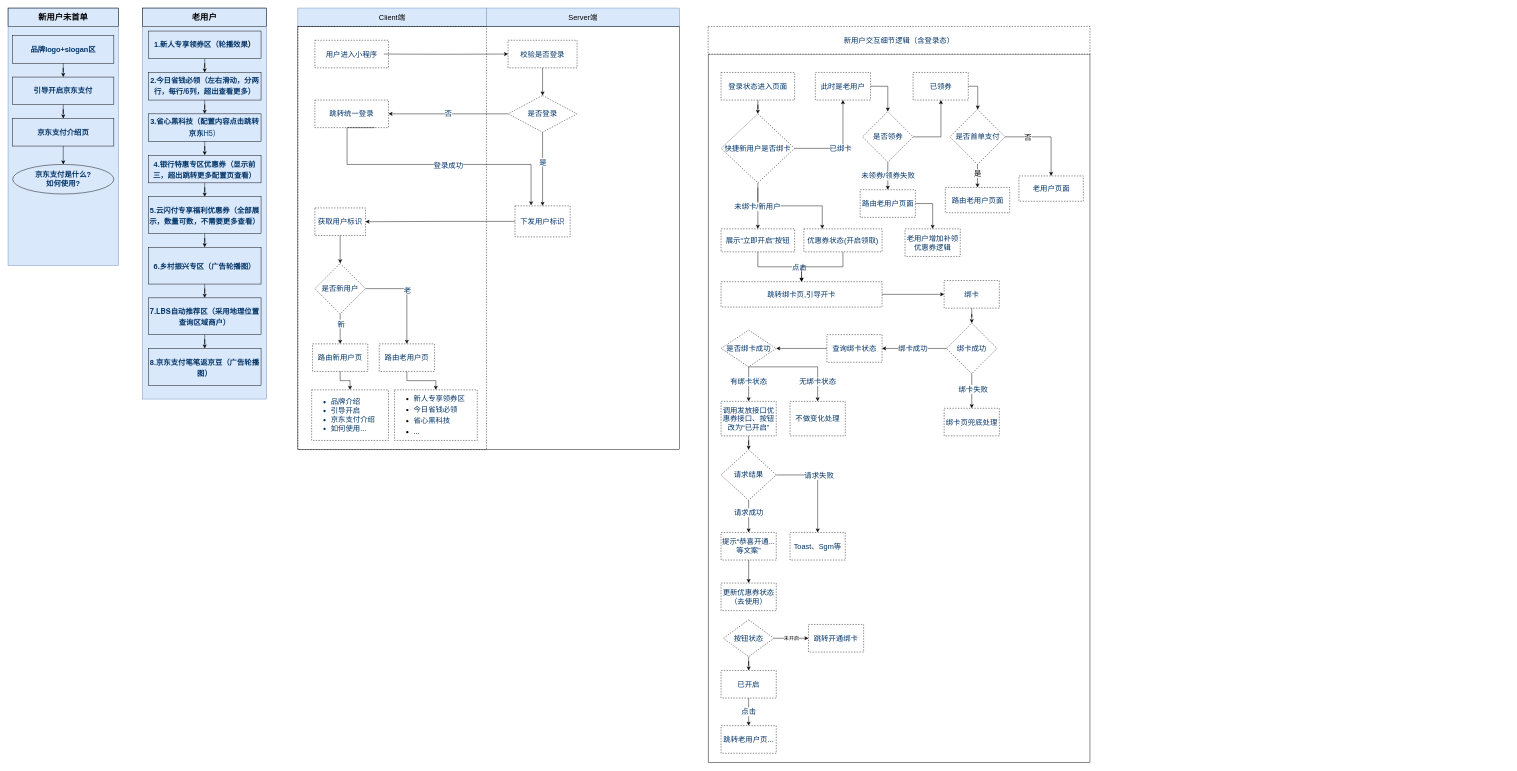
Before: 整体架构图.drawio in joh126/v_project, a draw.io diagram. Source tidied: cells renumbered, new cells numbered last; positions are measured from the earlier drawing's top-left corner, leaving out a move shared by most shapes. Both pictures are drawn from the tidied source at 46%, with x=0, y=0 at pixel (8, 8).
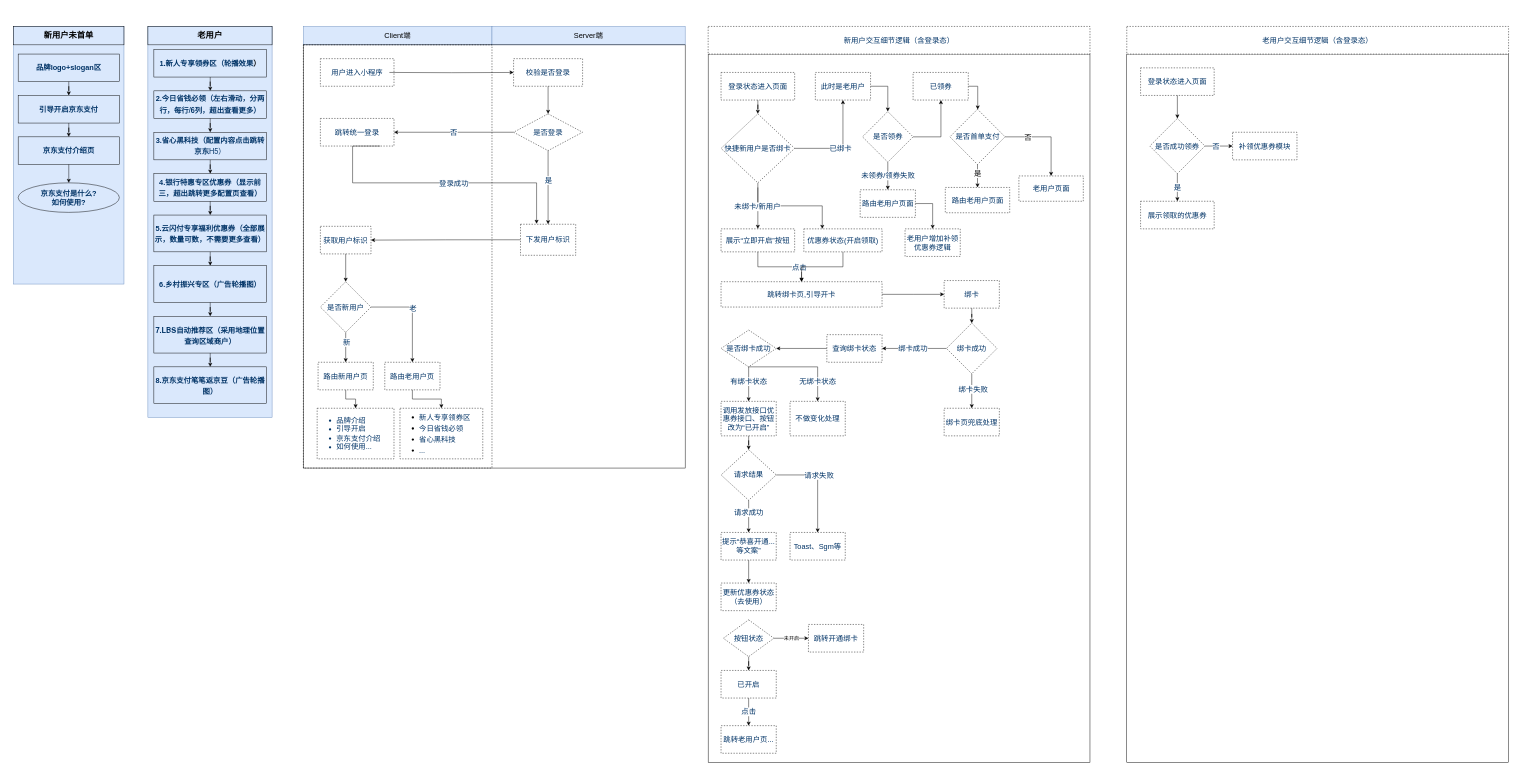
After the change.

Commit message (it also covers changes not shown here):
Update 整体架构图.drawio

The edit, as a diff of the source:
```diff
@@
     <mxCell id="2" style="group;" parent="1" vertex="1">
-      <mxGeometry width="240" height="560" as="geometry" />
+      <mxGeometry x="12" y="40" width="240" height="560" as="geometry" />
     </mxCell>
@@
     <mxCell id="12" style="rounded=0;whiteSpace=wrap;html=1;sketch=0;fillColor=#dae8fc;strokeColor=#6c8ebf;" parent="1" vertex="1">
-      <mxGeometry x="292" width="270" height="850" as="geometry" />
+      <mxGeometry x="304" y="40" width="270" height="850" as="geometry" />
     </mxCell>
     <mxCell id="13" value="&lt;font size=&quot;1&quot;&gt;&lt;b style=&quot;font-size: 18px&quot;&gt;老用户&lt;/b&gt;&lt;/font&gt;" style="rounded=0;whiteSpace=wrap;html=1;sketch=0;fillColor=none;" parent="1" vertex="1">
-      <mxGeometry x="292" width="270" height="40" as="geometry" />
+      <mxGeometry x="304" y="40" width="270" height="40" as="geometry" />
     </mxCell>
@@
     <mxCell id="15" value="&lt;h3 id=&quot;id-京东支付小程序一期-页面分为”品牌logo＋slogan“区域、”引导开启按钮“区域、京东支付介绍及京东支付使用介绍区域&quot; style=&quot;margin: 0px ; padding: 0px ; font-size: 16px ; line-height: 1.5 ; letter-spacing: -0.006em&quot;&gt;&lt;font color=&quot;#003366&quot;&gt;1.新人专享领券区（轮播效果&lt;/font&gt;）&lt;/h3&gt;" style="rounded=0;whiteSpace=wrap;html=1;sketch=0;fillColor=none;align=center;" parent="1" vertex="1">
-      <mxGeometry x="305" y="50" width="245" height="60" as="geometry" />
+      <mxGeometry x="317" y="90" width="245" height="60" as="geometry" />
     </mxCell>
@@
     <mxCell id="17" value="&lt;h3 id=&quot;id-京东支付小程序一期-页面分为”品牌logo＋slogan“区域、”引导开启按钮“区域、京东支付介绍及京东支付使用介绍区域&quot; style=&quot;margin: 0px ; padding: 0px ; font-size: 16px ; line-height: 1.5 ; letter-spacing: -0.006em&quot;&gt;&lt;font color=&quot;#003366&quot; style=&quot;font-size: 16px&quot;&gt;2.今日省钱必领（左右滑动，分两行，每行&lt;span class=&quot;s1&quot; style=&quot;font-stretch: normal ; line-height: normal ; font-family: &amp;#34;helvetica neue&amp;#34;&quot;&gt;/6&lt;/span&gt;&lt;span style=&quot;font-family: &amp;#34;pingfang sc&amp;#34;&quot;&gt;列，超出查看更多）&lt;/span&gt;&lt;/font&gt;&lt;/h3&gt;" style="rounded=0;whiteSpace=wrap;html=1;sketch=0;fillColor=none;align=center;" parent="1" vertex="1">
-      <mxGeometry x="305" y="140" width="245" height="60" as="geometry" />
+      <mxGeometry x="317" y="180" width="245" height="60" as="geometry" />
     </mxCell>
@@
     <mxCell id="19" value="&lt;h3 id=&quot;id-京东支付小程序一期-页面分为”品牌logo＋slogan“区域、”引导开启按钮“区域、京东支付介绍及京东支付使用介绍区域&quot; style=&quot;margin: 0px ; padding: 0px ; font-size: 16px ; line-height: 1.5 ; letter-spacing: -0.006em&quot;&gt;&lt;font color=&quot;#003366&quot; style=&quot;font-size: 16px&quot;&gt;&lt;font style=&quot;font-size: 16px&quot;&gt;3.省心黑科技&lt;/font&gt;（配置内容点击跳转京东&lt;span class=&quot;s1&quot; style=&quot;font-weight: normal ; font-stretch: normal ; line-height: normal ; font-family: &amp;#34;helvetica neue&amp;#34;&quot;&gt;H5&lt;/span&gt;&lt;span style=&quot;font-family: &amp;#34;pingfang sc&amp;#34; ; font-weight: normal&quot;&gt;）&lt;/span&gt;&lt;/font&gt;&lt;/h3&gt;" style="rounded=0;whiteSpace=wrap;html=1;sketch=0;fillColor=none;align=center;" parent="1" vertex="1">
-      <mxGeometry x="305" y="230" width="245" height="60" as="geometry" />
+      <mxGeometry x="317" y="270" width="245" height="60" as="geometry" />
     </mxCell>
@@
     <mxCell id="21" value="&lt;h3 id=&quot;id-京东支付小程序一期-页面分为”品牌logo＋slogan“区域、”引导开启按钮“区域、京东支付介绍及京东支付使用介绍区域&quot; style=&quot;margin: 0px ; padding: 0px ; line-height: 1.5 ; letter-spacing: -0.006em&quot;&gt;&lt;p class=&quot;p1&quot; style=&quot;margin: 0px ; font-stretch: normal ; line-height: normal ; font-family: &amp;#34;pingfang sc&amp;#34; ; letter-spacing: normal&quot;&gt;&lt;font style=&quot;font-size: 16px&quot; color=&quot;#003366&quot;&gt;4.银行特惠专区优惠券（显示前三，超出跳转更多配置页查看）&lt;/font&gt;&lt;/p&gt;&lt;/h3&gt;" style="rounded=0;whiteSpace=wrap;html=1;sketch=0;fillColor=none;align=center;" parent="1" vertex="1">
-      <mxGeometry x="305" y="320" width="245" height="60" as="geometry" />
+      <mxGeometry x="317" y="360" width="245" height="60" as="geometry" />
     </mxCell>
@@
     <mxCell id="23" value="&lt;h3 id=&quot;id-京东支付小程序一期-页面分为”品牌logo＋slogan“区域、”引导开启按钮“区域、京东支付介绍及京东支付使用介绍区域&quot; style=&quot;margin: 0px ; padding: 0px ; line-height: 1.5 ; letter-spacing: -0.006em&quot;&gt;&lt;p class=&quot;p1&quot; style=&quot;margin: 0px ; font-stretch: normal ; line-height: normal ; font-family: &amp;#34;pingfang sc&amp;#34; ; letter-spacing: normal&quot;&gt;&lt;font style=&quot;font-size: 16px&quot; color=&quot;#003366&quot;&gt;5.云闪付专享福利优惠券（全部展示，数量可数，不需要更多查看）&lt;/font&gt;&lt;/p&gt;&lt;/h3&gt;" style="rounded=0;whiteSpace=wrap;html=1;sketch=0;fillColor=none;align=center;" parent="1" vertex="1">
-      <mxGeometry x="305" y="410" width="245" height="80" as="geometry" />
+      <mxGeometry x="317" y="450" width="245" height="80" as="geometry" />
     </mxCell>
@@
     <mxCell id="25" value="&lt;h3 id=&quot;id-京东支付小程序一期-页面分为”品牌logo＋slogan“区域、”引导开启按钮“区域、京东支付介绍及京东支付使用介绍区域&quot; style=&quot;margin: 0px ; padding: 0px ; line-height: 1.5 ; letter-spacing: -0.006em&quot;&gt;&lt;p class=&quot;p1&quot; style=&quot;margin: 0px ; font-stretch: normal ; line-height: normal ; font-family: &amp;#34;pingfang sc&amp;#34; ; letter-spacing: normal&quot;&gt;&lt;font style=&quot;font-size: 16px&quot; color=&quot;#003366&quot;&gt;6.乡村振兴专区（广告轮播图）&lt;/font&gt;&lt;/p&gt;&lt;/h3&gt;" style="rounded=0;whiteSpace=wrap;html=1;sketch=0;fillColor=none;align=center;" parent="1" vertex="1">
-      <mxGeometry x="305" y="520" width="245" height="80" as="geometry" />
+      <mxGeometry x="317" y="560" width="245" height="80" as="geometry" />
     </mxCell>
@@
     <mxCell id="27" value="&lt;h3 id=&quot;id-京东支付小程序一期-页面分为”品牌logo＋slogan“区域、”引导开启按钮“区域、京东支付介绍及京东支付使用介绍区域&quot; style=&quot;margin: 0px ; padding: 0px ; line-height: 1.5 ; letter-spacing: -0.006em ; font-size: 14px&quot;&gt;&lt;p class=&quot;p1&quot; style=&quot;margin: 0px ; font-stretch: normal ; line-height: normal ; font-family: &amp;#34;pingfang sc&amp;#34; ; letter-spacing: normal ; font-size: 16px&quot;&gt;&lt;font color=&quot;#003366&quot; style=&quot;font-size: 16px&quot;&gt;&lt;span class=&quot;s1&quot; style=&quot;font-stretch: normal ; line-height: normal ; font-family: &amp;#34;helvetica neue&amp;#34;&quot;&gt;7.LBS&lt;/span&gt;自动推荐区（采用地理位置查询区域商户）&lt;/font&gt;&lt;/p&gt;&lt;/h3&gt;" style="rounded=0;whiteSpace=wrap;html=1;sketch=0;fillColor=none;align=center;" parent="1" vertex="1">
-      <mxGeometry x="305" y="630" width="245" height="80" as="geometry" />
+      <mxGeometry x="317" y="670" width="245" height="80" as="geometry" />
     </mxCell>
     <mxCell id="28" value="&lt;h3 id=&quot;id-京东支付小程序一期-页面分为”品牌logo＋slogan“区域、”引导开启按钮“区域、京东支付介绍及京东支付使用介绍区域&quot; style=&quot;margin: 0px ; padding: 0px ; line-height: 1.5 ; letter-spacing: -0.006em&quot;&gt;&lt;p class=&quot;p1&quot; style=&quot;margin: 0px ; font-stretch: normal ; line-height: normal ; font-family: &amp;#34;pingfang sc&amp;#34; ; letter-spacing: normal&quot;&gt;&lt;font style=&quot;font-size: 16px&quot; color=&quot;#003366&quot;&gt;8.京东支付笔笔返京豆（广告轮播图）&lt;/font&gt;&lt;/p&gt;&lt;/h3&gt;" style="rounded=0;whiteSpace=wrap;html=1;sketch=0;fillColor=none;align=center;" parent="1" vertex="1">
-      <mxGeometry x="305" y="740" width="245" height="80" as="geometry" />
+      <mxGeometry x="317" y="780" width="245" height="80" as="geometry" />
     </mxCell>
     <mxCell id="29" value="Client端" style="rounded=0;whiteSpace=wrap;html=1;sketch=0;fontFamily=Helvetica;fontSize=16;strokeColor=#6c8ebf;fillColor=#dae8fc;" parent="1" vertex="1">
-      <mxGeometry x="630" width="410" height="40" as="geometry" />
+      <mxGeometry x="642" y="40" width="410" height="40" as="geometry" />
     </mxCell>
     <mxCell id="30" value="Server端" style="rounded=0;whiteSpace=wrap;html=1;sketch=0;fontFamily=Helvetica;fontSize=16;strokeColor=#6c8ebf;fillColor=#dae8fc;" parent="1" vertex="1">
-      <mxGeometry x="1040" width="420" height="40" as="geometry" />
+      <mxGeometry x="1052" y="40" width="420" height="40" as="geometry" />
     </mxCell>
     <mxCell id="31" style="rounded=0;whiteSpace=wrap;html=1;sketch=0;fontFamily=Helvetica;fontSize=16;fontColor=#003366;strokeColor=default;fillColor=none;" parent="1" vertex="1">
-      <mxGeometry x="630" y="40" width="830" height="920" as="geometry" />
+      <mxGeometry x="642" y="80" width="830" height="920" as="geometry" />
     </mxCell>
     <mxCell id="32" style="rounded=0;whiteSpace=wrap;html=1;sketch=0;fontFamily=Helvetica;fontSize=16;fontColor=#003366;strokeColor=default;fillColor=none;dashed=1;" parent="1" vertex="1">
-      <mxGeometry x="630" y="40" width="410" height="920" as="geometry" />
+      <mxGeometry x="642" y="80" width="410" height="920" as="geometry" />
     </mxCell>
     <mxCell id="33" value="获取用户标识" style="whiteSpace=wrap;html=1;fontSize=16;fillColor=none;fontColor=#003366;rounded=0;dashed=1;sketch=0;" parent="1" vertex="1">
-      <mxGeometry x="667" y="434.5" width="110" height="60" as="geometry" />
+      <mxGeometry x="679" y="474.5" width="110" height="60" as="geometry" />
     </mxCell>
@@
     <mxCell id="35" value="用户进入小程序" style="rounded=0;whiteSpace=wrap;html=1;dashed=1;sketch=0;fontFamily=Helvetica;fontSize=16;fontColor=#003366;strokeColor=default;fillColor=none;" parent="1" vertex="1">
-      <mxGeometry x="667" y="70" width="160" height="60" as="geometry" />
+      <mxGeometry x="679" y="110" width="160" height="60" as="geometry" />
     </mxCell>
     <mxCell id="36" value="校验是否登录" style="whiteSpace=wrap;html=1;fontSize=16;fillColor=none;fontColor=#003366;rounded=0;dashed=1;sketch=0;" parent="1" vertex="1">
-      <mxGeometry x="1087" y="70" width="150" height="60" as="geometry" />
+      <mxGeometry x="1099" y="110" width="150" height="60" as="geometry" />
     </mxCell>
     <mxCell id="37" style="edgeStyle=orthogonalEdgeStyle;rounded=0;jettySize=auto;html=1;fontFamily=Helvetica;fontSize=16;fontColor=#003366;" parent="1" edge="1" target="36">
       <mxGeometry relative="1" as="geometry">
-        <mxPoint x="817" y="100" as="sourcePoint" />
+        <mxPoint x="829" y="140" as="sourcePoint" />
       </mxGeometry>
     </mxCell>
     <mxCell id="38" value="是否登录" style="rhombus;whiteSpace=wrap;html=1;fontSize=16;fillColor=none;fontColor=#003366;rounded=0;dashed=1;sketch=0;" parent="1" vertex="1">
-      <mxGeometry x="1087" y="190" width="150" height="80" as="geometry" />
+      <mxGeometry x="1099" y="230" width="150" height="80" as="geometry" />
     </mxCell>
@@
     <mxCell id="40" style="edgeStyle=orthogonalEdgeStyle;rounded=0;orthogonalLoop=1;jettySize=auto;html=1;entryX=0.162;entryY=0.304;entryDx=0;entryDy=0;entryPerimeter=0;fontFamily=Helvetica;fontSize=16;fontColor=#003366;" parent="1" edge="1">
       <mxGeometry relative="1" as="geometry">
-        <mxPoint x="797" y="260" as="sourcePoint" />
-        <mxPoint x="1137" y="429" as="targetPoint" />
+        <mxPoint x="809" y="300" as="sourcePoint" />
+        <mxPoint x="1149" y="469" as="targetPoint" />
         <Array as="points">
-          <mxPoint x="737" y="260" />
-          <mxPoint x="737" y="340" />
-          <mxPoint x="1137" y="340" />
+          <mxPoint x="749" y="300" />
+          <mxPoint x="749" y="380" />
+          <mxPoint x="1149" y="380" />
         </Array>
       </mxGeometry>
     </mxCell>
@@
     <mxCell id="42" value="跳转统一登录" style="whiteSpace=wrap;html=1;fontSize=16;fillColor=none;fontColor=#003366;rounded=0;dashed=1;sketch=0;" parent="1" vertex="1">
-      <mxGeometry x="667" y="200" width="160" height="60" as="geometry" />
+      <mxGeometry x="679" y="240" width="160" height="60" as="geometry" />
     </mxCell>
@@
     <mxCell id="44" value="是否新用户" style="rhombus;whiteSpace=wrap;html=1;fontSize=16;fillColor=none;fontColor=#003366;rounded=0;dashed=1;sketch=0;" parent="1" vertex="1">
-      <mxGeometry x="667" y="555" width="110" height="110" as="geometry" />
+      <mxGeometry x="679" y="595" width="110" height="110" as="geometry" />
     </mxCell>
@@
     <mxCell id="46" value="路由老用户页" style="whiteSpace=wrap;html=1;fontSize=16;fillColor=none;fontColor=#003366;rounded=0;dashed=1;sketch=0;" parent="1" vertex="1">
-      <mxGeometry x="807" y="730" width="120" height="60" as="geometry" />
+      <mxGeometry x="819" y="770" width="120" height="60" as="geometry" />
     </mxCell>
     <mxCell id="47" style="edgeStyle=orthogonalEdgeStyle;rounded=0;jettySize=auto;html=1;fontFamily=Helvetica;fontSize=16;fontColor=#003366;" parent="1" edge="1" source="44" target="46">
       <mxGeometry relative="1" as="geometry">
         <Array as="points">
-          <mxPoint x="867" y="610" />
+          <mxPoint x="879" y="650" />
         </Array>
       </mxGeometry>
     </mxCell>
@@
     <mxCell id="49" value="路由新用户页" style="whiteSpace=wrap;html=1;fontSize=16;fillColor=none;fontColor=#003366;rounded=0;dashed=1;sketch=0;" parent="1" vertex="1">
-      <mxGeometry x="662" y="730" width="120" height="60" as="geometry" />
+      <mxGeometry x="674" y="770" width="120" height="60" as="geometry" />
     </mxCell>
@@
     <mxCell id="52" value="下发用户标识" style="whiteSpace=wrap;html=1;fontSize=16;fillColor=none;fontColor=#003366;rounded=0;dashed=1;sketch=0;" parent="1" vertex="1">
-      <mxGeometry x="1102" y="430" width="120" height="67.5" as="geometry" />
+      <mxGeometry x="1114" y="470" width="120" height="67.5" as="geometry" />
     </mxCell>
@@
     <mxCell id="55" value="&lt;ul&gt;&lt;li&gt;品牌介绍&lt;/li&gt;&lt;li&gt;引导开启&lt;/li&gt;&lt;li&gt;京东支付介绍&lt;/li&gt;&lt;li&gt;如何使用...&lt;/li&gt;&lt;/ul&gt;" style="whiteSpace=wrap;html=1;fontSize=16;fillColor=none;fontColor=#003366;rounded=0;dashed=1;sketch=0;align=left;" parent="1" vertex="1">
-      <mxGeometry x="660" y="830" width="167" height="110" as="geometry" />
+      <mxGeometry x="672" y="870" width="167" height="110" as="geometry" />
     </mxCell>
@@
     <mxCell id="57" value="&lt;h3 id=&quot;id-京东支付小程序一期-页面分为”品牌logo＋slogan“区域、”引导开启按钮“区域、京东支付介绍及京东支付使用介绍区域&quot; style=&quot;margin: 0px ; padding: 0px ; font-size: 16px ; line-height: 1.5 ; letter-spacing: -0.006em&quot;&gt;&lt;div&gt;&lt;ul&gt;&lt;li&gt;&lt;span style=&quot;letter-spacing: -0.006em ; font-weight: normal&quot;&gt;&lt;font color=&quot;#003366&quot;&gt;新人专享领券区&lt;/font&gt;&lt;/span&gt;&lt;/li&gt;&lt;li&gt;&lt;span style=&quot;letter-spacing: -0.006em ; font-weight: normal&quot;&gt;&lt;font color=&quot;#003366&quot;&gt;今日省钱必领&lt;/font&gt;&lt;/span&gt;&lt;/li&gt;&lt;li&gt;&lt;span style=&quot;letter-spacing: -0.006em ; font-weight: normal&quot;&gt;&lt;font color=&quot;#003366&quot;&gt;省心黑科技&lt;/font&gt;&lt;/span&gt;&lt;/li&gt;&lt;li&gt;&lt;span style=&quot;letter-spacing: -0.006em ; font-weight: normal&quot;&gt;&lt;font color=&quot;#003366&quot;&gt;...&lt;/font&gt;&lt;/span&gt;&lt;/li&gt;&lt;/ul&gt;&lt;/div&gt;&lt;/h3&gt;" style="whiteSpace=wrap;html=1;fontSize=16;rounded=0;dashed=1;sketch=0;align=left;fillColor=none;" parent="1" vertex="1">
-      <mxGeometry x="840" y="830" width="180" height="110" as="geometry" />
+      <mxGeometry x="852" y="870" width="180" height="110" as="geometry" />
     </mxCell>
@@
+    <mxCell id="129" style="rounded=0;whiteSpace=wrap;html=1;sketch=0;fontFamily=Helvetica;fontSize=16;fontColor=#003366;strokeColor=default;fillColor=none;" parent="1" vertex="1">
+      <mxGeometry x="2432" y="100" width="830" height="1540" as="geometry" />
+    </mxCell>
+    <mxCell id="130" value="老用户交互细节逻辑（含登录态）" style="rounded=0;whiteSpace=wrap;html=1;dashed=1;labelBackgroundColor=none;sketch=0;fontFamily=Helvetica;fontSize=16;fontColor=#003366;strokeColor=default;fillColor=default;" parent="1" vertex="1">
+      <mxGeometry x="2432" y="40" width="830" height="60" as="geometry" />
+    </mxCell>
+    <mxCell id="131" style="edgeStyle=orthogonalEdgeStyle;rounded=0;jettySize=auto;html=1;fontSize=16;fontColor=#003366;" parent="1" edge="1" source="132" target="136">
+      <mxGeometry relative="1" as="geometry" />
+    </mxCell>
+    <mxCell id="132" value="登录状态进入页面" style="rounded=0;whiteSpace=wrap;html=1;dashed=1;sketch=0;fontFamily=Helvetica;fontSize=16;fontColor=#003366;strokeColor=default;fillColor=none;" parent="1" vertex="1">
+      <mxGeometry x="2462" y="130" width="160" height="60" as="geometry" />
+    </mxCell>
+    <mxCell id="133" value="是" style="edgeStyle=orthogonalEdgeStyle;rounded=0;jettySize=auto;html=1;fontSize=16;fontColor=#003366;" parent="1" edge="1" source="136" target="137">
+      <mxGeometry relative="1" as="geometry" />
+    </mxCell>
+    <mxCell id="134" style="edgeStyle=orthogonalEdgeStyle;rounded=0;jettySize=auto;html=1;fontSize=16;fontColor=#003366;" parent="1" edge="1" source="136" target="138">
+      <mxGeometry relative="1" as="geometry" />
+    </mxCell>
+    <mxCell id="135" value="否" style="edgeLabel;html=1;align=center;verticalAlign=middle;fontSize=16;fontColor=#003366;" parent="134" vertex="1">
+      <mxGeometry x="-0.23" y="1" relative="1" as="geometry" />
+    </mxCell>
+    <mxCell id="136" value="是否成功领券" style="rhombus;whiteSpace=wrap;html=1;fontSize=16;fillColor=none;fontColor=#003366;rounded=0;dashed=1;sketch=0;" parent="1" vertex="1">
+      <mxGeometry x="2482" y="240" width="120" height="120" as="geometry" />
+    </mxCell>
+    <mxCell id="137" value="展示领取的优惠券" style="whiteSpace=wrap;html=1;fontSize=16;fillColor=none;fontColor=#003366;rounded=0;dashed=1;sketch=0;" parent="1" vertex="1">
+      <mxGeometry x="2462" y="420" width="160" height="60" as="geometry" />
+    </mxCell>
+    <mxCell id="138" value="补领优惠券模块" style="whiteSpace=wrap;html=1;fontSize=16;fillColor=none;fontColor=#003366;rounded=0;dashed=1;sketch=0;" parent="1" vertex="1">
+      <mxGeometry x="2662" y="270" width="140" height="60" as="geometry" />
+    </mxCell>
```
